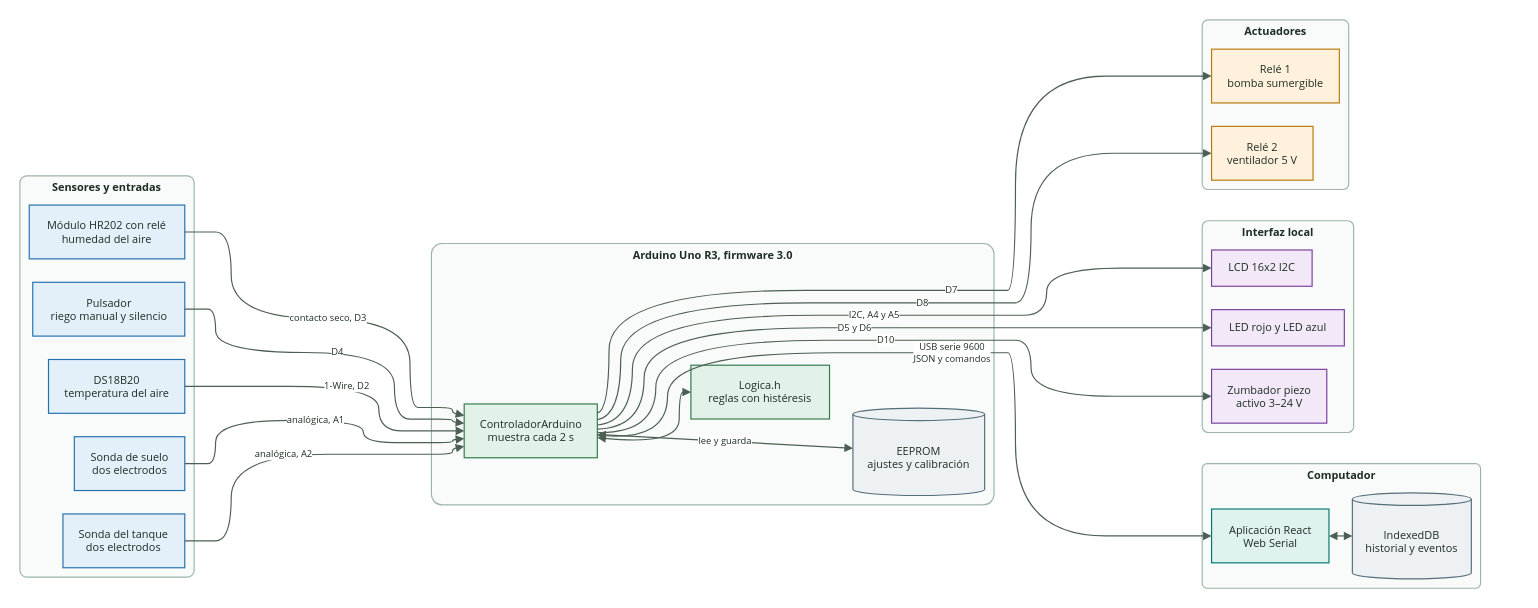
This is docs/diagramas/arquitectura-sistema.drawio from maiwxzs/greenhouse-iot-firmware, a draw.io file, before an edit. Source tidied: cells renumbered, new cells numbered last; positions are measured from the earlier drawing's top-left corner, leaving out a move shared by most shapes. Both pictures are drawn from the tidied source at 78%, with x=0, y=0 at pixel (13, 13).
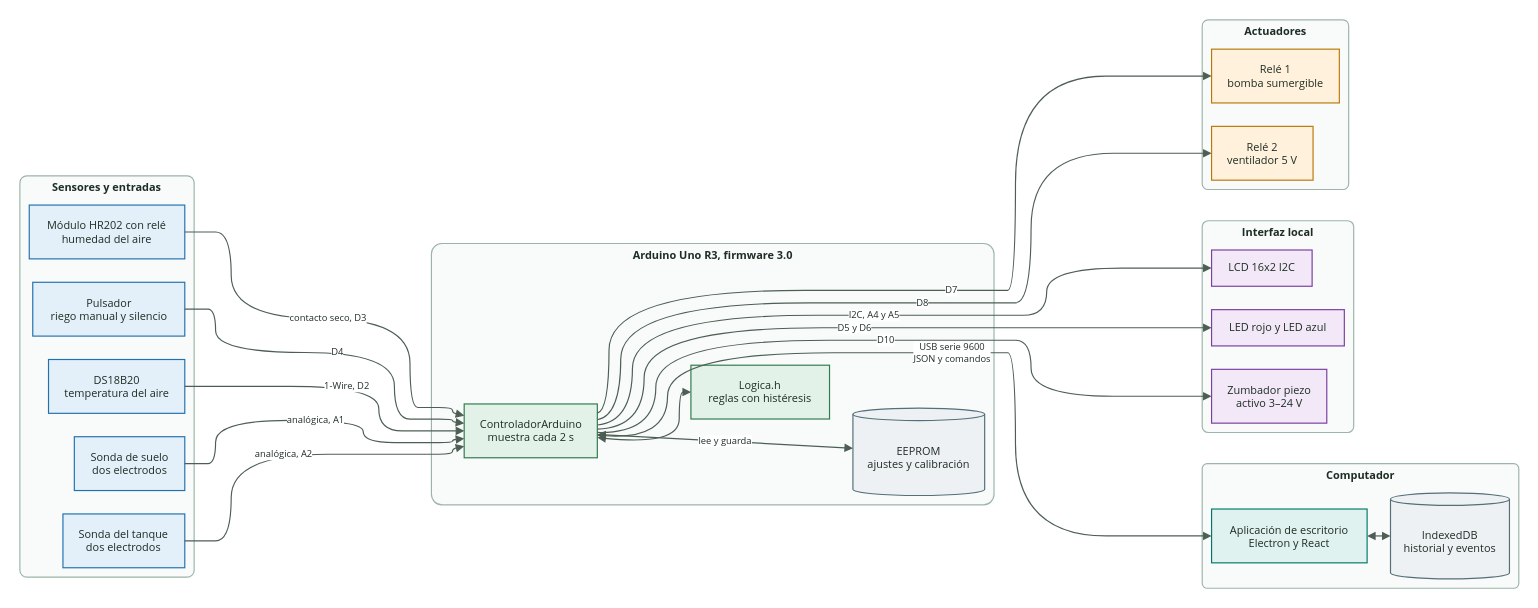
After the change.

Change to the diagram source:
```diff
@@
     <mxCell id="2" style="group;transparentBounds=1;editIcon=1;lockedGroup=0;groupPadding=10;" parent="1" vertex="1">
-      <mxGeometry width="1888.8" height="744.7" as="geometry" />
+      <mxGeometry width="1937.7" height="744.7" as="geometry" />
     </mxCell>
@@
     <mxCell id="7" value="Computador" style="html=1;whiteSpace=wrap;verticalAlign=top;fillColor=#F8FBF9;strokeColor=#9DB5A8;strokeWidth=1.5;rounded=1;arcSize=4;fontStyle=1;fontFamily=Segoe UI;fontSize=14;fontColor=#1E2D24;" parent="2" vertex="1">
-      <mxGeometry x="1523.8" y="577" width="356.9" height="159.7" as="geometry" />
+      <mxGeometry x="1523.8" y="577" width="405.9" height="159.7" as="geometry" />
     </mxCell>
@@
-    <mxCell id="21" value="Aplicación React&lt;br&gt;Web Serial" style="rounded=0;html=1;whiteSpace=wrap;strokeWidth=1.5;fillColor=#E0F2EF;strokeColor=#00796B;fontFamily=Segoe UI;fontSize=14;fontColor=#1E2D24;" parent="2" vertex="1">
-      <mxGeometry x="1535.8" y="635.1" width="150.5" height="69" as="geometry" />
+    <mxCell id="21" value="Aplicación de escritorio&lt;br&gt;Electron y React" style="rounded=0;html=1;whiteSpace=wrap;strokeWidth=1.5;fillColor=#E0F2EF;strokeColor=#00796B;fontFamily=Segoe UI;fontSize=14;fontColor=#1E2D24;" parent="2" vertex="1">
+      <mxGeometry x="1535.8" y="635.1" width="199.4" height="69" as="geometry" />
     </mxCell>
     <mxCell id="22" value="IndexedDB&lt;br&gt;historial y eventos" style="shape=cylinder3;boundedLbl=1;backgroundOutline=1;size=8;html=1;whiteSpace=wrap;strokeWidth=1.5;fillColor=#EEF1F4;strokeColor=#546E7A;fontFamily=Segoe UI;fontSize=14;fontColor=#1E2D24;" parent="2" vertex="1">
-      <mxGeometry x="1716.3" y="614.5" width="152.5" height="110.2" as="geometry" />
+      <mxGeometry x="1765.2" y="614.5" width="152.5" height="110.2" as="geometry" />
     </mxCell>
```
